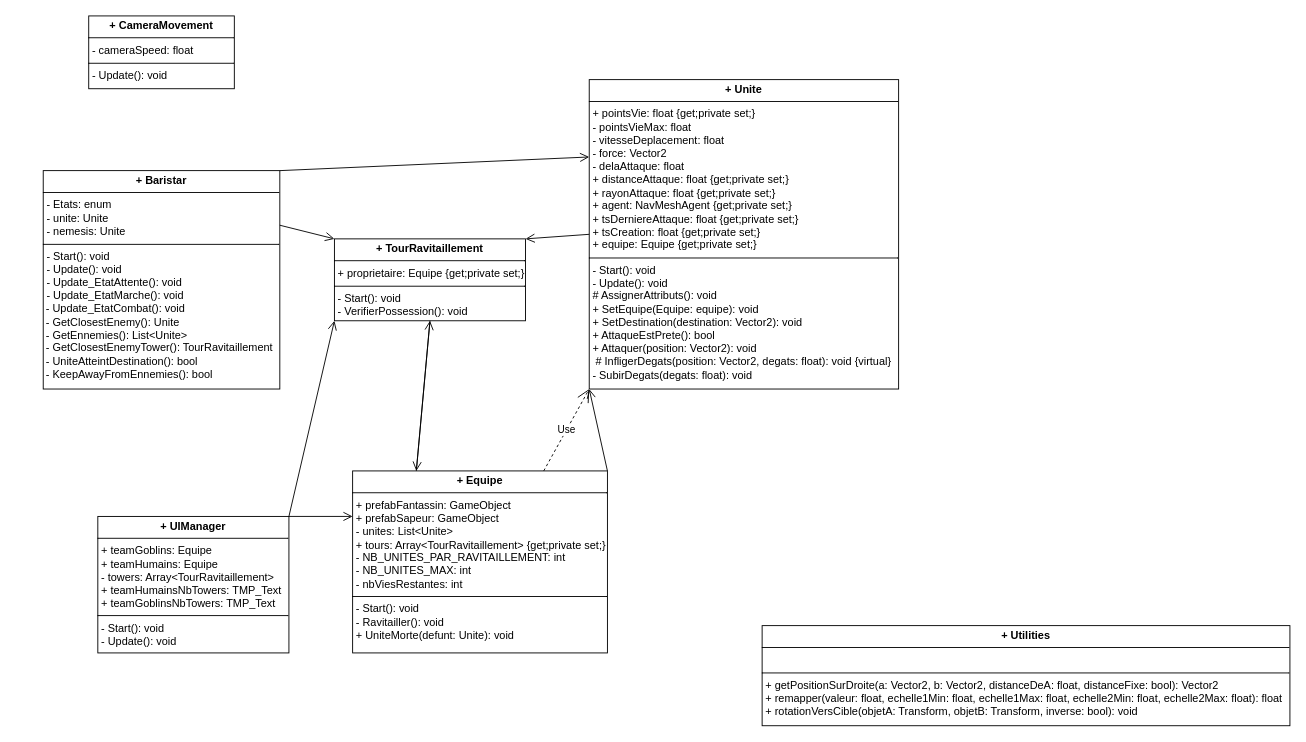
Above: Hextos_UML.drawio in loukastjean/ST-JEAN_LOUKA_TP2-Hextos (draw.io), before the change. Source tidied: cells renumbered, new cells numbered last; positions are measured from the earlier drawing's top-left corner, leaving out a move shared by most shapes. Both pictures are drawn from the tidied source at 91%, with x=0, y=0 at pixel (43, 15).
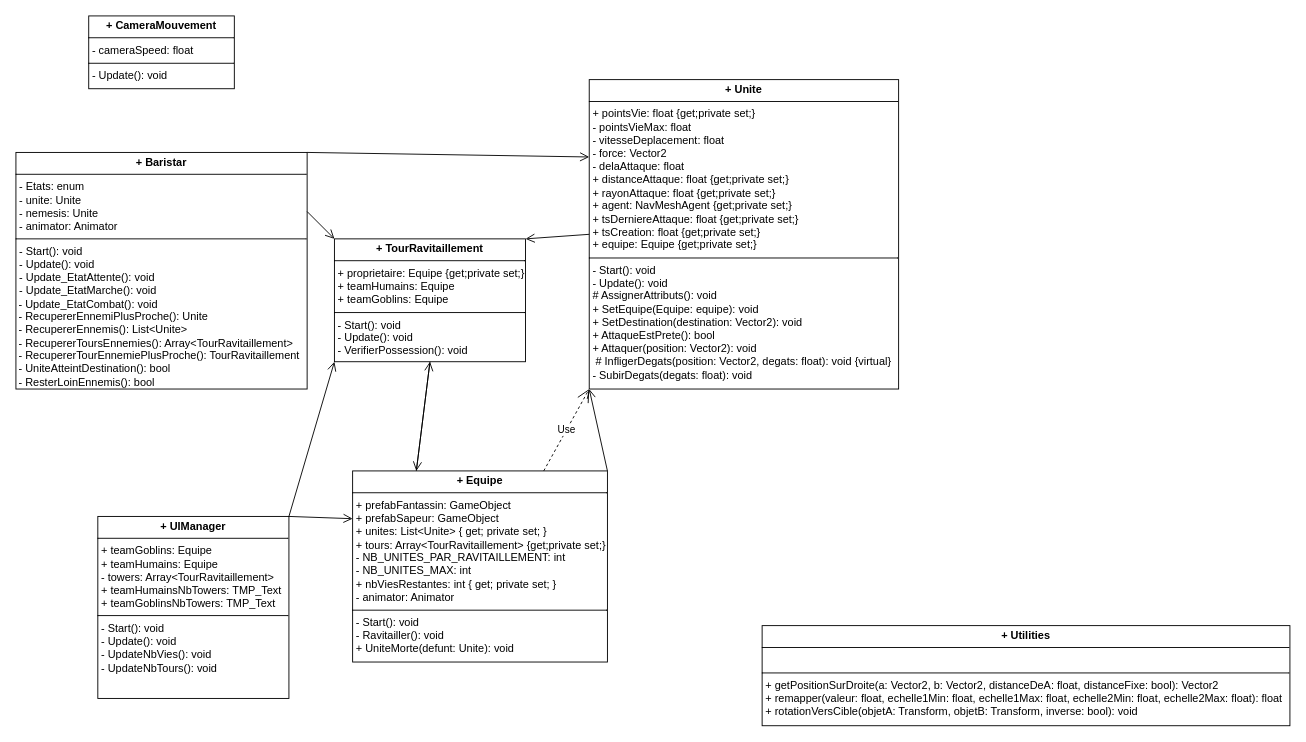
After the change.

What changed in the source:
```diff
@@
 <mxGraphModel>
   <root>
     <mxCell id="0" />
     <mxCell id="1" parent="0" />
-    <mxCell id="2" value="&lt;p style=&quot;margin:0px;margin-top:4px;text-align:center;&quot;&gt;&lt;b&gt;+ Baristar&lt;/b&gt;&lt;/p&gt;&lt;hr size=&quot;1&quot; style=&quot;border-style:solid;&quot;&gt;&lt;p style=&quot;margin:0px;margin-left:4px;&quot;&gt;- Etats: enum&lt;/p&gt;&lt;p style=&quot;margin:0px;margin-left:4px;&quot;&gt;- unite: Unite&lt;/p&gt;&lt;p style=&quot;margin:0px;margin-left:4px;&quot;&gt;-&amp;nbsp;nemesis: Unite&lt;/p&gt;&lt;hr size=&quot;1&quot; style=&quot;border-style:solid;&quot;&gt;&lt;p style=&quot;margin:0px;margin-left:4px;&quot;&gt;- Start(): void&lt;/p&gt;&lt;p style=&quot;margin:0px;margin-left:4px;&quot;&gt;- Update(): void&lt;/p&gt;&lt;p style=&quot;margin:0px;margin-left:4px;&quot;&gt;- Update_EtatAttente(): void&lt;/p&gt;&lt;p style=&quot;margin:0px;margin-left:4px;&quot;&gt;- Update_EtatMarche(): void&lt;/p&gt;&lt;div&gt;&amp;nbsp;- Update_EtatCombat(): void&lt;/div&gt;&lt;div&gt;&amp;nbsp;- GetClosestEnemy(): Unite&lt;/div&gt;&lt;div&gt;&amp;nbsp;- GetEnnemies(): List&amp;lt;Unite&amp;gt;&lt;/div&gt;&lt;div&gt;&amp;nbsp;- GetClosestEnemyTower(): TourRavitaillement&lt;/div&gt;&lt;div&gt;&amp;nbsp;- UniteAtteintDestination(): bool&lt;/div&gt;&lt;div&gt;&amp;nbsp;- KeepAwayFromEnnemies(): bool&lt;/div&gt;" style="verticalAlign=top;align=left;overflow=fill;html=1;whiteSpace=wrap;" parent="1" vertex="1">
-      <mxGeometry y="170" width="260" height="240" as="geometry" />
+    <mxCell id="2" value="&lt;p style=&quot;margin:0px;margin-top:4px;text-align:center;&quot;&gt;&lt;b&gt;+ Baristar&lt;/b&gt;&lt;/p&gt;&lt;hr size=&quot;1&quot; style=&quot;border-style:solid;&quot;&gt;&lt;p style=&quot;margin:0px;margin-left:4px;&quot;&gt;- Etats: enum&lt;/p&gt;&lt;p style=&quot;margin:0px;margin-left:4px;&quot;&gt;- unite: Unite&lt;/p&gt;&lt;p style=&quot;margin:0px;margin-left:4px;&quot;&gt;-&amp;nbsp;nemesis: Unite&lt;/p&gt;&lt;p style=&quot;margin:0px;margin-left:4px;&quot;&gt;- animator: Animator&lt;/p&gt;&lt;hr size=&quot;1&quot; style=&quot;border-style:solid;&quot;&gt;&lt;p style=&quot;margin:0px;margin-left:4px;&quot;&gt;- Start(): void&lt;/p&gt;&lt;p style=&quot;margin:0px;margin-left:4px;&quot;&gt;- Update(): void&lt;/p&gt;&lt;p style=&quot;margin:0px;margin-left:4px;&quot;&gt;- Update_EtatAttente(): void&lt;/p&gt;&lt;p style=&quot;margin:0px;margin-left:4px;&quot;&gt;- Update_EtatMarche(): void&lt;/p&gt;&lt;div&gt;&amp;nbsp;- Update_EtatCombat(): void&lt;/div&gt;&lt;div&gt;&amp;nbsp;- RecupererEnnemiPlusProche(): Unite&lt;/div&gt;&lt;div&gt;&amp;nbsp;- RecupererEnnemis(): List&amp;lt;Unite&amp;gt;&lt;/div&gt;&lt;div&gt;&amp;nbsp;- RecupererToursEnnemies(): Array&amp;lt;TourRavitaillement&amp;gt;&lt;/div&gt;&lt;div&gt;&amp;nbsp;- RecupererTourEnnemiePlusProche(): TourRavitaillement&lt;/div&gt;&lt;div&gt;&amp;nbsp;- UniteAtteintDestination(): bool&lt;/div&gt;&lt;div&gt;&amp;nbsp;- ResterLoinEnnemis(): bool&lt;/div&gt;" style="verticalAlign=top;align=left;overflow=fill;html=1;whiteSpace=wrap;" parent="1" vertex="1">
+      <mxGeometry x="-30" y="150" width="320" height="260" as="geometry" />
     </mxCell>
-    <mxCell id="3" value="&lt;p style=&quot;margin:0px;margin-top:4px;text-align:center;&quot;&gt;&lt;b&gt;+ CameraMovement&lt;/b&gt;&lt;/p&gt;&lt;hr size=&quot;1&quot; style=&quot;border-style:solid;&quot;&gt;&lt;p style=&quot;margin:0px;margin-left:4px;&quot;&gt;- cameraSpeed: float&lt;/p&gt;&lt;hr size=&quot;1&quot; style=&quot;border-style:solid;&quot;&gt;&lt;p style=&quot;margin:0px;margin-left:4px;&quot;&gt;- Update(): void&lt;/p&gt;" style="verticalAlign=top;align=left;overflow=fill;html=1;whiteSpace=wrap;" parent="1" vertex="1">
+    <mxCell id="3" value="&lt;p style=&quot;margin:0px;margin-top:4px;text-align:center;&quot;&gt;&lt;b&gt;+ CameraMouvement&lt;/b&gt;&lt;/p&gt;&lt;hr size=&quot;1&quot; style=&quot;border-style:solid;&quot;&gt;&lt;p style=&quot;margin:0px;margin-left:4px;&quot;&gt;- cameraSpeed: float&lt;/p&gt;&lt;hr size=&quot;1&quot; style=&quot;border-style:solid;&quot;&gt;&lt;p style=&quot;margin:0px;margin-left:4px;&quot;&gt;- Update(): void&lt;/p&gt;" style="verticalAlign=top;align=left;overflow=fill;html=1;whiteSpace=wrap;" parent="1" vertex="1">
       <mxGeometry x="50" width="160" height="80" as="geometry" />
     </mxCell>
-    <mxCell id="4" value="&lt;p style=&quot;margin:0px;margin-top:4px;text-align:center;&quot;&gt;&lt;b&gt;+ Equipe&lt;/b&gt;&lt;/p&gt;&lt;hr size=&quot;1&quot; style=&quot;border-style:solid;&quot;&gt;&lt;p style=&quot;margin:0px;margin-left:4px;&quot;&gt;+ prefabFantassin: GameObject&lt;/p&gt;&lt;p style=&quot;margin:0px;margin-left:4px;&quot;&gt;+ prefabSapeur: GameObject&lt;/p&gt;&lt;p style=&quot;margin:0px;margin-left:4px;&quot;&gt;- unites: List&amp;lt;Unite&amp;gt;&lt;/p&gt;&lt;p style=&quot;margin:0px;margin-left:4px;&quot;&gt;+ tours: Array&amp;lt;TourRavitaillement&amp;gt; {get;private set;}&lt;/p&gt;&lt;p style=&quot;margin:0px;margin-left:4px;&quot;&gt;- NB_UNITES_PAR_RAVITAILLEMENT: int&lt;/p&gt;&lt;p style=&quot;margin:0px;margin-left:4px;&quot;&gt;- NB_UNITES_MAX: int&lt;/p&gt;&lt;p style=&quot;margin:0px;margin-left:4px;&quot;&gt;- nbViesRestantes: int&lt;/p&gt;&lt;hr size=&quot;1&quot; style=&quot;border-style:solid;&quot;&gt;&lt;p style=&quot;margin:0px;margin-left:4px;&quot;&gt;- Start(): void&lt;/p&gt;&lt;p style=&quot;margin:0px;margin-left:4px;&quot;&gt;- Ravitailler(): void&lt;/p&gt;&lt;p style=&quot;margin:0px;margin-left:4px;&quot;&gt;+ UniteMorte(defunt: Unite): void&lt;/p&gt;" style="verticalAlign=top;align=left;overflow=fill;html=1;whiteSpace=wrap;" parent="1" vertex="1">
-      <mxGeometry x="340" y="500" width="280" height="200" as="geometry" />
+    <mxCell id="4" value="&lt;p style=&quot;margin:0px;margin-top:4px;text-align:center;&quot;&gt;&lt;b&gt;+ Equipe&lt;/b&gt;&lt;/p&gt;&lt;hr size=&quot;1&quot; style=&quot;border-style:solid;&quot;&gt;&lt;p style=&quot;margin:0px;margin-left:4px;&quot;&gt;+ prefabFantassin: GameObject&lt;/p&gt;&lt;p style=&quot;margin:0px;margin-left:4px;&quot;&gt;+ prefabSapeur: GameObject&lt;/p&gt;&lt;p style=&quot;margin:0px;margin-left:4px;&quot;&gt;+ unites: List&amp;lt;Unite&amp;gt;&amp;nbsp;{ get; private set; }&lt;/p&gt;&lt;p style=&quot;margin:0px;margin-left:4px;&quot;&gt;+ tours: Array&amp;lt;TourRavitaillement&amp;gt; {get;private set;}&lt;/p&gt;&lt;p style=&quot;margin:0px;margin-left:4px;&quot;&gt;- NB_UNITES_PAR_RAVITAILLEMENT: int&lt;/p&gt;&lt;p style=&quot;margin:0px;margin-left:4px;&quot;&gt;- NB_UNITES_MAX: int&lt;/p&gt;&lt;p style=&quot;margin:0px;margin-left:4px;&quot;&gt;+ nbViesRestantes: int { get; private set; }&lt;/p&gt;&lt;p style=&quot;margin:0px;margin-left:4px;&quot;&gt;- animator: Animator&lt;/p&gt;&lt;hr size=&quot;1&quot; style=&quot;border-style:solid;&quot;&gt;&lt;p style=&quot;margin:0px;margin-left:4px;&quot;&gt;- Start(): void&lt;/p&gt;&lt;p style=&quot;margin:0px;margin-left:4px;&quot;&gt;- Ravitailler(): void&lt;/p&gt;&lt;p style=&quot;margin:0px;margin-left:4px;&quot;&gt;+ UniteMorte(defunt: Unite): void&lt;/p&gt;" style="verticalAlign=top;align=left;overflow=fill;html=1;whiteSpace=wrap;" parent="1" vertex="1">
+      <mxGeometry x="340" y="500" width="280" height="210" as="geometry" />
     </mxCell>
-    <mxCell id="5" value="&lt;p style=&quot;margin:0px;margin-top:4px;text-align:center;&quot;&gt;&lt;b&gt;+ TourRavitaillement&lt;/b&gt;&lt;/p&gt;&lt;hr size=&quot;1&quot; style=&quot;border-style:solid;&quot;&gt;&lt;p style=&quot;margin:0px;margin-left:4px;&quot;&gt;+ proprietaire: Equipe {get;private set;}&lt;/p&gt;&lt;hr size=&quot;1&quot; style=&quot;border-style:solid;&quot;&gt;&lt;p style=&quot;margin:0px;margin-left:4px;&quot;&gt;- Start(): void&lt;/p&gt;&lt;p style=&quot;margin:0px;margin-left:4px;&quot;&gt;- VerifierPossession(): void&lt;/p&gt;" style="verticalAlign=top;align=left;overflow=fill;html=1;whiteSpace=wrap;" parent="1" vertex="1">
-      <mxGeometry x="320" y="245" width="210" height="90" as="geometry" />
+    <mxCell id="5" value="&lt;p style=&quot;margin:0px;margin-top:4px;text-align:center;&quot;&gt;&lt;b&gt;+ TourRavitaillement&lt;/b&gt;&lt;/p&gt;&lt;hr size=&quot;1&quot; style=&quot;border-style:solid;&quot;&gt;&lt;p style=&quot;margin:0px;margin-left:4px;&quot;&gt;+ proprietaire: Equipe {get;private set;}&lt;/p&gt;&lt;p style=&quot;margin:0px;margin-left:4px;&quot;&gt;+ teamHumains: Equipe&lt;/p&gt;&lt;p style=&quot;margin:0px;margin-left:4px;&quot;&gt;+ teamGoblins: Equipe&lt;/p&gt;&lt;hr size=&quot;1&quot; style=&quot;border-style:solid;&quot;&gt;&lt;p style=&quot;margin:0px;margin-left:4px;&quot;&gt;- Start(): void&lt;/p&gt;&lt;p style=&quot;margin:0px;margin-left:4px;&quot;&gt;- Update(): void&lt;/p&gt;&lt;p style=&quot;margin:0px;margin-left:4px;&quot;&gt;- VerifierPossession(): void&lt;/p&gt;" style="verticalAlign=top;align=left;overflow=fill;html=1;whiteSpace=wrap;" parent="1" vertex="1">
+      <mxGeometry x="320" y="245" width="210" height="135" as="geometry" />
     </mxCell>
-    <mxCell id="6" value="&lt;p style=&quot;margin:0px;margin-top:4px;text-align:center;&quot;&gt;&lt;b&gt;+ UIManager&lt;/b&gt;&lt;/p&gt;&lt;hr size=&quot;1&quot; style=&quot;border-style:solid;&quot;&gt;&lt;p style=&quot;margin:0px;margin-left:4px;&quot;&gt;+ teamGoblins: Equipe&lt;/p&gt;&lt;p style=&quot;margin:0px;margin-left:4px;&quot;&gt;+ teamHumains: Equipe&lt;/p&gt;&lt;p style=&quot;margin:0px;margin-left:4px;&quot;&gt;- towers: Array&amp;lt;TourRavitaillement&amp;gt;&lt;/p&gt;&lt;p style=&quot;margin:0px;margin-left:4px;&quot;&gt;+ teamHumainsNbTowers: TMP_Text&lt;/p&gt;&lt;p style=&quot;margin:0px;margin-left:4px;&quot;&gt;+ teamGoblinsNbTowers: TMP_Text&lt;/p&gt;&lt;hr size=&quot;1&quot; style=&quot;border-style:solid;&quot;&gt;&lt;p style=&quot;margin:0px;margin-left:4px;&quot;&gt;- Start(): void&lt;/p&gt;&lt;p style=&quot;margin:0px;margin-left:4px;&quot;&gt;- Update(): void&lt;/p&gt;" style="verticalAlign=top;align=left;overflow=fill;html=1;whiteSpace=wrap;" parent="1" vertex="1">
-      <mxGeometry x="60" y="550" width="210" height="150" as="geometry" />
+    <mxCell id="6" value="&lt;p style=&quot;margin:0px;margin-top:4px;text-align:center;&quot;&gt;&lt;b&gt;+ UIManager&lt;/b&gt;&lt;/p&gt;&lt;hr size=&quot;1&quot; style=&quot;border-style:solid;&quot;&gt;&lt;p style=&quot;margin:0px;margin-left:4px;&quot;&gt;+ teamGoblins: Equipe&lt;/p&gt;&lt;p style=&quot;margin:0px;margin-left:4px;&quot;&gt;+ teamHumains: Equipe&lt;/p&gt;&lt;p style=&quot;margin:0px;margin-left:4px;&quot;&gt;- towers: Array&amp;lt;TourRavitaillement&amp;gt;&lt;/p&gt;&lt;p style=&quot;margin:0px;margin-left:4px;&quot;&gt;+ teamHumainsNbTowers: TMP_Text&lt;/p&gt;&lt;p style=&quot;margin:0px;margin-left:4px;&quot;&gt;+ teamGoblinsNbTowers: TMP_Text&lt;/p&gt;&lt;hr size=&quot;1&quot; style=&quot;border-style:solid;&quot;&gt;&lt;p style=&quot;margin:0px;margin-left:4px;&quot;&gt;- Start(): void&lt;/p&gt;&lt;p style=&quot;margin:0px;margin-left:4px;&quot;&gt;- Update(): void&lt;/p&gt;&lt;p style=&quot;margin:0px;margin-left:4px;&quot;&gt;- UpdateNbVies(): void&lt;/p&gt;&lt;p style=&quot;margin:0px;margin-left:4px;&quot;&gt;- UpdateNbTours(): void&lt;/p&gt;" style="verticalAlign=top;align=left;overflow=fill;html=1;whiteSpace=wrap;" parent="1" vertex="1">
+      <mxGeometry x="60" y="550" width="210" height="200" as="geometry" />
     </mxCell>
     <mxCell id="7" value="&lt;p style=&quot;margin:0px;margin-top:4px;text-align:center;&quot;&gt;&lt;b&gt;+ Unite&lt;/b&gt;&lt;/p&gt;&lt;hr size=&quot;1&quot; style=&quot;border-style:solid;&quot;&gt;&lt;p style=&quot;margin:0px;margin-left:4px;&quot;&gt;+ pointsVie: float {get;private set;}&lt;/p&gt;&lt;p style=&quot;margin:0px;margin-left:4px;&quot;&gt;- pointsVieMax: float&lt;/p&gt;&lt;p style=&quot;margin:0px;margin-left:4px;&quot;&gt;- vitesseDeplacement: float&lt;/p&gt;&lt;p style=&quot;margin:0px;margin-left:4px;&quot;&gt;- force: Vector2&lt;/p&gt;&lt;p style=&quot;margin:0px;margin-left:4px;&quot;&gt;- delaAttaque: float&lt;/p&gt;&lt;p style=&quot;margin:0px;margin-left:4px;&quot;&gt;+ distanceAttaque: float {get;private set;}&lt;/p&gt;&lt;p style=&quot;margin:0px;margin-left:4px;&quot;&gt;+ rayonAttaque: float {get;private set;}&lt;/p&gt;&lt;p style=&quot;margin:0px;margin-left:4px;&quot;&gt;+ agent: NavMeshAgent {get;private set;}&lt;/p&gt;&lt;p style=&quot;margin:0px;margin-left:4px;&quot;&gt;+ tsDerniereAttaque: float {get;private set;}&lt;/p&gt;&lt;p style=&quot;margin:0px;margin-left:4px;&quot;&gt;+ tsCreation: float {get;private set;}&lt;/p&gt;&lt;p style=&quot;margin:0px;margin-left:4px;&quot;&gt;+ equipe: Equipe {get;private set;}&lt;/p&gt;&lt;hr size=&quot;1&quot; style=&quot;border-style:solid;&quot;&gt;&lt;p style=&quot;margin:0px;margin-left:4px;&quot;&gt;- Start(): void&lt;/p&gt;&lt;p style=&quot;margin:0px;margin-left:4px;&quot;&gt;- Update(): void&lt;/p&gt;&lt;p style=&quot;margin:0px;margin-left:4px;&quot;&gt;# AssignerAttributs(): void&lt;/p&gt;&lt;p style=&quot;margin:0px;margin-left:4px;&quot;&gt;+ SetEquipe(Equipe: equipe): void&lt;/p&gt;&lt;p style=&quot;margin:0px;margin-left:4px;&quot;&gt;+ SetDestination(destination: Vector2): void&lt;/p&gt;&lt;p style=&quot;margin:0px;margin-left:4px;&quot;&gt;+ AttaqueEstPrete(): bool&lt;/p&gt;&lt;p style=&quot;margin:0px;margin-left:4px;&quot;&gt;+ Attaquer(position: Vector2): void&lt;/p&gt;&lt;p style=&quot;margin:0px;margin-left:4px;&quot;&gt;&amp;nbsp;# InfligerDegats(position: Vector2, degats: float): void {virtual}&lt;/p&gt;&lt;p style=&quot;margin:0px;margin-left:4px;&quot;&gt;- SubirDegats(degats: float): void&lt;/p&gt;" style="verticalAlign=top;align=left;overflow=fill;html=1;whiteSpace=wrap;" parent="1" vertex="1">
       <mxGeometry x="600" y="70" width="340" height="340" as="geometry" />
     </mxCell>
     <mxCell id="8" value="&lt;p style=&quot;margin:0px;margin-top:4px;text-align:center;&quot;&gt;&lt;b&gt;+ Utilities&lt;/b&gt;&lt;/p&gt;&lt;hr size=&quot;1&quot; style=&quot;border-style:solid;&quot;&gt;&lt;br&gt;&lt;hr size=&quot;1&quot; style=&quot;border-style:solid;&quot;&gt;&lt;p style=&quot;margin:0px;margin-left:4px;&quot;&gt;+ getPositionSurDroite(a: Vector2, b: Vector2, distanceDeA: float, distanceFixe: bool): Vector2&lt;/p&gt;&lt;p style=&quot;margin:0px;margin-left:4px;&quot;&gt;+ remapper(valeur: float, echelle1Min: float, echelle1Max: float, echelle2Min: float, echelle2Max: float): float&lt;/p&gt;&lt;p style=&quot;margin:0px;margin-left:4px;&quot;&gt;+ rotationVersCible(objetA: Transform, objetB: Transform, inverse: bool): void&lt;/p&gt;" style="verticalAlign=top;align=left;overflow=fill;html=1;whiteSpace=wrap;" parent="1" vertex="1">
       <mxGeometry x="790" y="670" width="580" height="110" as="geometry" />
     </mxCell>
     <mxCell id="9" style="endArrow=open;startArrow=none;endFill=0;startFill=0;endSize=8;html=1;verticalAlign=bottom;labelBackgroundColor=none;strokeWidth=1;rounded=0;exitX=0.25;exitY=0;exitDx=0;exitDy=0;entryX=0.5;entryY=1;entryDx=0;entryDy=0;" parent="1" edge="1" source="4" target="5">
       <mxGeometry relative="1" as="geometry" />
     </mxCell>
     <mxCell id="10" style="endArrow=open;startArrow=none;endFill=0;startFill=0;endSize=8;html=1;verticalAlign=bottom;labelBackgroundColor=none;strokeWidth=1;rounded=0;exitX=1;exitY=0;exitDx=0;exitDy=0;entryX=0;entryY=1;entryDx=0;entryDy=0;" parent="1" edge="1" source="4" target="7">
       <mxGeometry relative="1" as="geometry" />
     </mxCell>
     <mxCell id="11" value="Use" style="endArrow=open;endSize=12;dashed=1;html=1;rounded=0;exitX=0.75;exitY=0;exitDx=0;exitDy=0;entryX=0;entryY=1;entryDx=0;entryDy=0;" parent="1" edge="1" source="4" target="7">
       <mxGeometry relative="1" as="geometry" />
     </mxCell>
     <mxCell id="12" style="endArrow=open;startArrow=none;endFill=0;startFill=0;endSize=8;html=1;verticalAlign=bottom;labelBackgroundColor=none;strokeWidth=1;rounded=0;exitX=0.5;exitY=1;exitDx=0;exitDy=0;entryX=0.25;entryY=0;entryDx=0;entryDy=0;" parent="1" edge="1" source="5" target="4">
       <mxGeometry relative="1" as="geometry" />
     </mxCell>
     <mxCell id="13" style="endArrow=open;startArrow=none;endFill=0;startFill=0;endSize=8;html=1;verticalAlign=bottom;labelBackgroundColor=none;strokeWidth=1;rounded=0;exitX=0;exitY=0.5;exitDx=0;exitDy=0;entryX=1;entryY=0;entryDx=0;entryDy=0;" parent="1" edge="1" source="7" target="5">
       <mxGeometry relative="1" as="geometry" />
     </mxCell>
     <mxCell id="14" style="endArrow=open;startArrow=none;endFill=0;startFill=0;endSize=8;html=1;verticalAlign=bottom;labelBackgroundColor=none;strokeWidth=1;rounded=0;exitX=1;exitY=0;exitDx=0;exitDy=0;entryX=0;entryY=0.25;entryDx=0;entryDy=0;" parent="1" edge="1" source="6" target="4">
       <mxGeometry relative="1" as="geometry" />
     </mxCell>
     <mxCell id="15" style="endArrow=open;startArrow=none;endFill=0;startFill=0;endSize=8;html=1;verticalAlign=bottom;labelBackgroundColor=none;strokeWidth=1;rounded=0;exitX=1;exitY=0;exitDx=0;exitDy=0;entryX=0;entryY=1;entryDx=0;entryDy=0;" parent="1" edge="1" source="6" target="5">
       <mxGeometry relative="1" as="geometry" />
     </mxCell>
     <mxCell id="16" style="endArrow=open;startArrow=none;endFill=0;startFill=0;endSize=8;html=1;verticalAlign=bottom;labelBackgroundColor=none;strokeWidth=1;rounded=0;exitX=1;exitY=0;exitDx=0;exitDy=0;entryX=0;entryY=0.25;entryDx=0;entryDy=0;" parent="1" edge="1" source="2" target="7">
       <mxGeometry relative="1" as="geometry" />
     </mxCell>
     <mxCell id="17" style="endArrow=open;startArrow=none;endFill=0;startFill=0;endSize=8;html=1;verticalAlign=bottom;labelBackgroundColor=none;strokeWidth=1;rounded=0;exitX=1;exitY=0.25;exitDx=0;exitDy=0;entryX=0;entryY=0;entryDx=0;entryDy=0;" parent="1" edge="1" source="2" target="5">
       <mxGeometry relative="1" as="geometry" />
     </mxCell>
   </root>
 </mxGraphModel>
```
